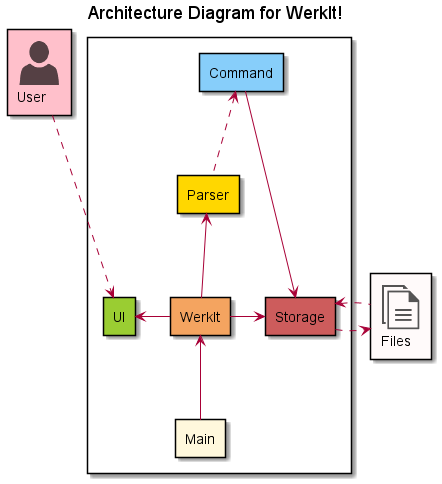
Above: docs/high-level-diagram/architecture_diagram.png in nus-cs2113-AY2122S2/tp (PlantUML), before the change.
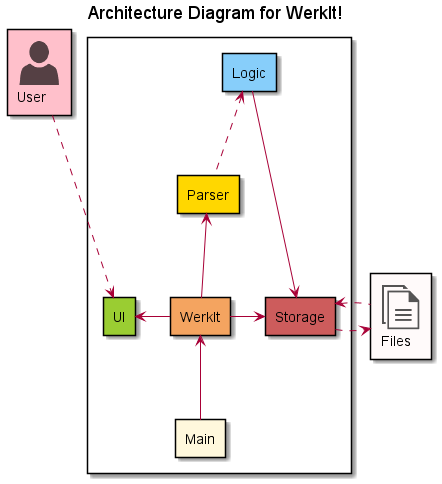
After the change.

Commit message:
Add DG writeups on design and architecture

What changed in the source:
```diff
@@ -8,7 +8,7 @@
 title Architecture Diagram for WerkIt!
 rectangle {
 rectangle UI #YellowGreen
-rectangle Command #LightSkyBlue
+rectangle Logic #LightSkyBlue
 rectangle Parser #Gold
 rectangle WerkIt #Sandybrown
 rectangle Main #Cornsilk
@@ -18,8 +18,8 @@
 UI<.-up-User
 Main-up->WerkIt
 WerkIt-up->Parser
-Parser-up.>Command
-Command-right->Storage
+Parser-up.>Logic
+Logic-right->Storage
 WerkIt-right->Storage
 WerkIt-left->UI
 Storage-right.>Files
```
